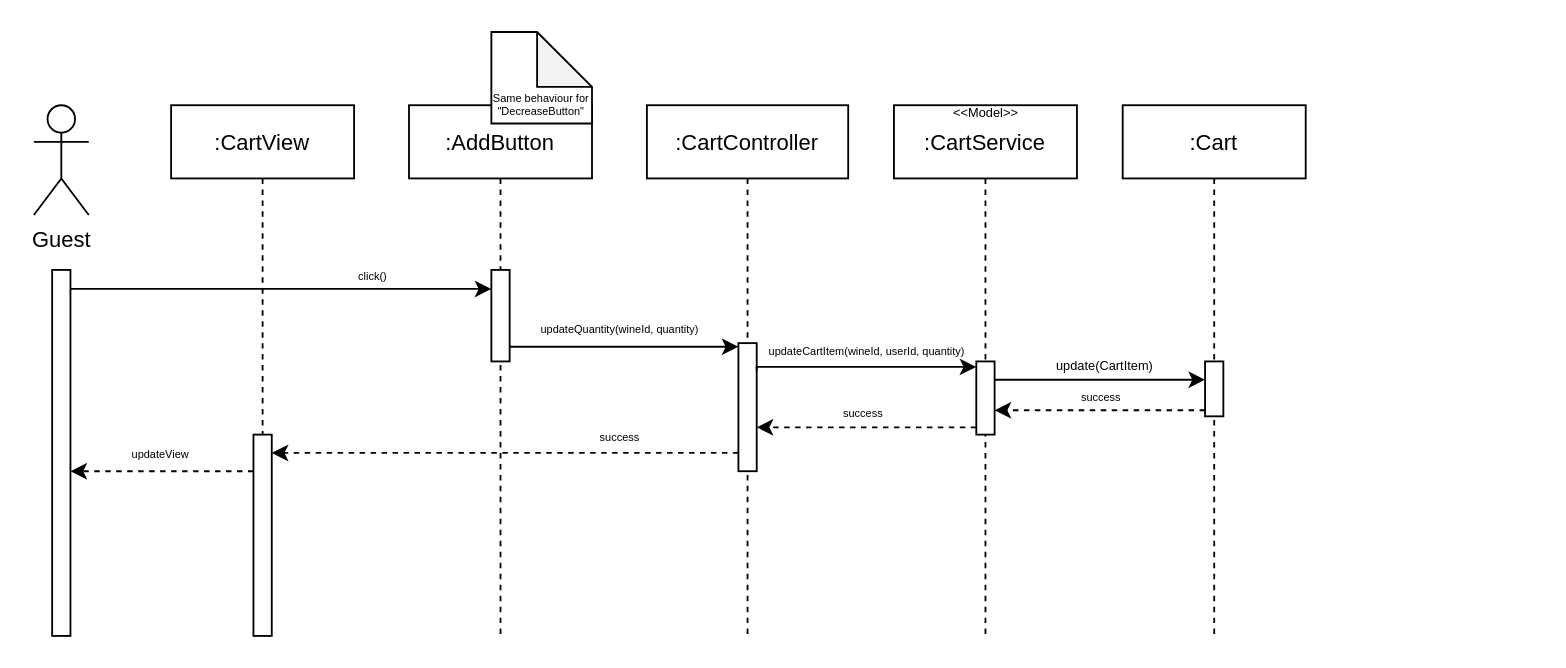
Gprisco/winer-unisa keeps this draw.io diagram as page "UpdateQuantity" (3 of 4) of Docs/Requirements Analysis/Diagrams/Sequence Diagrams/Carrello/Winer.Cart.drawio. Above is the earlier version. Source tidied: cells renumbered, new cells numbered last; positions are measured from the earlier drawing's top-left corner, leaving out a move shared by most shapes. Both pictures are drawn from the tidied source at 183%, with x=0, y=0 at pixel (33, 31).
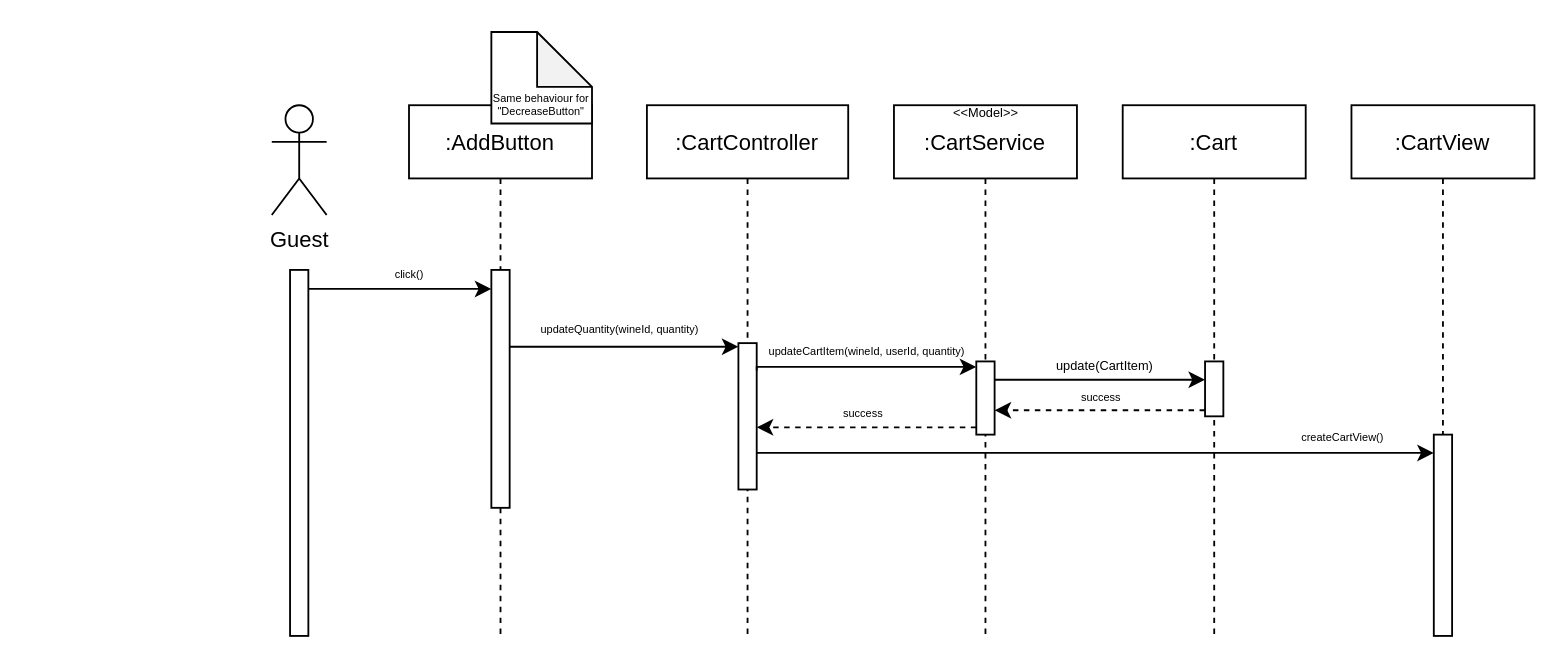
After the change.

The change refers to these unchanged cells:
```xml
<mxCell id="2" value=":AddButton" style="shape=umlLifeline;perimeter=lifelinePerimeter;rounded=0;shadow=0;strokeWidth=1;" parent="1" vertex="1">
  <mxGeometry x="205" y="40" width="100" height="290" as="geometry" />
</mxCell>
<mxCell id="6" value=":CartController" style="shape=umlLifeline;perimeter=lifelinePerimeter;rounded=0;shadow=0;strokeWidth=1;" parent="1" vertex="1">
  <mxGeometry x="335" y="40" width="110" height="290" as="geometry" />
</mxCell>
<mxCell id="28" style="points=[];perimeter=orthogonalPerimeter;rounded=0;shadow=0;strokeWidth=1;" parent="27" vertex="1">
  <mxGeometry x="45" y="180" width="10" height="110" as="geometry" />
</mxCell>
```

Change to the diagram source:
```diff
@@
     <mxCell id="3" style="points=[];perimeter=orthogonalPerimeter;rounded=0;shadow=0;strokeWidth=1;" parent="2" vertex="1">
-      <mxGeometry x="45" y="90" width="10" height="50" as="geometry" />
+      <mxGeometry x="45" y="90" width="10" height="130" as="geometry" />
     </mxCell>
     <mxCell id="4" value="Guest" style="shape=umlActor;verticalLabelPosition=bottom;verticalAlign=top;html=1;" parent="1" vertex="1">
-      <mxGeometry y="40" width="30" height="60" as="geometry" />
+      <mxGeometry x="130" y="40" width="30" height="60" as="geometry" />
     </mxCell>
     <mxCell id="5" style="perimeter=orthogonalPerimeter;rounded=0;shadow=0;strokeWidth=1;" parent="1" vertex="1">
-      <mxGeometry x="10" y="130" width="10" height="200" as="geometry" />
+      <mxGeometry x="140" y="130" width="10" height="200" as="geometry" />
     </mxCell>
@@
     <mxCell id="7" style="points=[];perimeter=orthogonalPerimeter;rounded=0;shadow=0;strokeWidth=1;" parent="6" vertex="1">
-      <mxGeometry x="50" y="130" width="10" height="70" as="geometry" />
+      <mxGeometry x="50" y="130" width="10" height="80" as="geometry" />
     </mxCell>
@@
     <mxCell id="13" value="click()" style="text;html=1;align=center;verticalAlign=middle;strokeColor=none;fillColor=none;fontSize=6;" parent="1" vertex="1">
-      <mxGeometry x="170" y="129" width="30" height="10" as="geometry" />
+      <mxGeometry x="190" y="128" width="30" height="10" as="geometry" />
     </mxCell>
-    <mxCell id="14" style="edgeStyle=orthogonalEdgeStyle;rounded=0;orthogonalLoop=1;jettySize=auto;html=1;" parent="1" edge="1">
+    <mxCell id="14" style="edgeStyle=orthogonalEdgeStyle;rounded=0;jettySize=auto;html=1;" parent="1" edge="1" target="3">
       <mxGeometry relative="1" as="geometry">
-        <mxPoint x="20" y="140.4" as="sourcePoint" />
-        <mxPoint x="250" y="140.4" as="targetPoint" />
+        <mxPoint x="150" y="140.4" as="sourcePoint" />
         <Array as="points">
-          <mxPoint x="195" y="140" />
-          <mxPoint x="195" y="140" />
+          <mxPoint x="230" y="140" />
+          <mxPoint x="230" y="140" />
         </Array>
       </mxGeometry>
     </mxCell>
@@
-    <mxCell id="19" value="success" style="text;html=1;align=center;verticalAlign=middle;strokeColor=none;fillColor=none;fontSize=6;" parent="1" vertex="1">
-      <mxGeometry x="300" y="217" width="40" height="10" as="geometry" />
-    </mxCell>
-    <mxCell id="20" style="edgeStyle=orthogonalEdgeStyle;rounded=0;jettySize=auto;html=1;dashed=1;" parent="1" edge="1" source="7" target="28">
-      <mxGeometry relative="1" as="geometry">
-        <Array as="points">
-          <mxPoint x="325" y="230" />
-          <mxPoint x="325" y="230" />
-        </Array>
-      </mxGeometry>
-    </mxCell>
@@
+    <mxCell id="31" value="Same behaviour for &quot;DecreaseButton&quot;" style="shape=note;whiteSpace=wrap;html=1;backgroundOutline=1;darkOpacity=0.05;fontSize=6;verticalAlign=bottom;" parent="1" vertex="1">
+      <mxGeometry x="250" width="55" height="50" as="geometry" />
+    </mxCell>
     <mxCell id="27" value=":CartView" style="shape=umlLifeline;perimeter=lifelinePerimeter;rounded=0;shadow=0;strokeWidth=1;" parent="1" vertex="1">
-      <mxGeometry x="75" y="40" width="100" height="290" as="geometry" />
+      <mxGeometry x="720" y="40" width="100" height="290" as="geometry" />
     </mxCell>
@@
-    <mxCell id="29" style="edgeStyle=orthogonalEdgeStyle;rounded=0;jettySize=auto;html=1;dashed=1;" parent="27" edge="1" source="28">
-      <mxGeometry relative="1" as="geometry">
-        <mxPoint x="-55" y="200" as="targetPoint" />
-        <Array as="points">
-          <mxPoint x="-55" y="200" />
-        </Array>
-      </mxGeometry>
-    </mxCell>
-    <mxCell id="30" value="updateView" style="text;html=1;align=center;verticalAlign=middle;strokeColor=none;fillColor=none;fontSize=6;" parent="1" vertex="1">
-      <mxGeometry x="44" y="226" width="50" height="10" as="geometry" />
-    </mxCell>
-    <mxCell id="31" value="Same behaviour for &quot;DecreaseButton&quot;" style="shape=note;whiteSpace=wrap;html=1;backgroundOutline=1;darkOpacity=0.05;fontSize=6;verticalAlign=bottom;" parent="1" vertex="1">
-      <mxGeometry x="250" width="55" height="50" as="geometry" />
-    </mxCell>
+    <mxCell id="20" style="edgeStyle=orthogonalEdgeStyle;rounded=0;jettySize=auto;html=1;" parent="1" edge="1" source="7" target="28">
+      <mxGeometry relative="1" as="geometry">
+        <Array as="points">
+          <mxPoint x="490" y="230" />
+          <mxPoint x="490" y="230" />
+        </Array>
+      </mxGeometry>
+    </mxCell>
+    <mxCell id="32" value="createCartView()" style="text;html=1;align=center;verticalAlign=middle;strokeColor=none;fillColor=none;fontSize=6;" parent="1" vertex="1">
+      <mxGeometry x="685" y="217" width="60" height="10" as="geometry" />
+    </mxCell>
```
